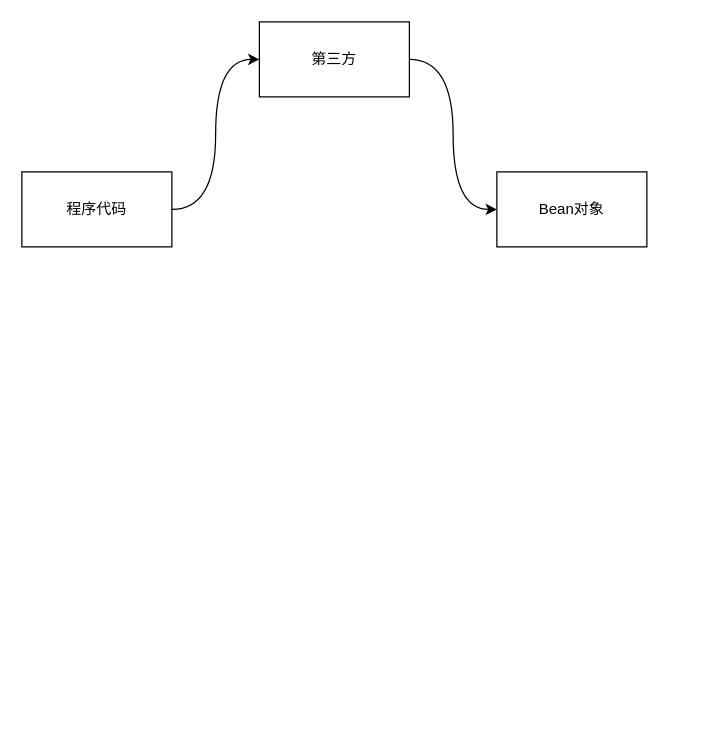
Earlier version of the draw.io diagram Spring学习笔记.drawio (qw-null/drawio). Source tidied: cells renumbered, new cells numbered last; positions are measured from the earlier drawing's top-left corner, leaving out a move shared by most shapes. Both pictures are drawn from the tidied source at 125%, with x=0, y=0 at pixel (21, 21).
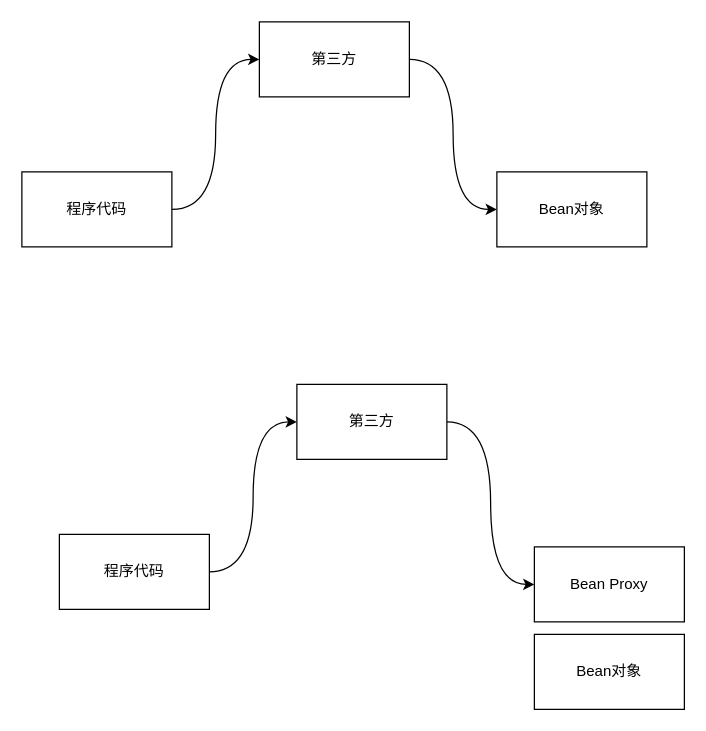
The same page after the edit.

Commit message:
更新Spring学习笔记.drawio

The edit, as a diff of the source:
```diff
@@
 <mxGraphModel>
   <root>
     <mxCell id="0" />
     <mxCell id="1" parent="0" />
     <mxCell id="2" style="edgeStyle=orthogonalEdgeStyle;rounded=0;jettySize=auto;html=1;entryX=0;entryY=0.5;entryDx=0;entryDy=0;curved=1;" parent="1" edge="1" source="3" target="5">
       <mxGeometry relative="1" as="geometry" />
     </mxCell>
     <mxCell id="3" value="程序代码" style="rounded=0;whiteSpace=wrap;html=1;" parent="1" vertex="1">
       <mxGeometry y="120" width="120" height="60" as="geometry" />
     </mxCell>
     <mxCell id="4" style="edgeStyle=orthogonalEdgeStyle;rounded=0;jettySize=auto;html=1;curved=1;entryX=0;entryY=0.5;entryDx=0;entryDy=0;" parent="1" edge="1" source="5" target="6">
       <mxGeometry relative="1" as="geometry" />
     </mxCell>
     <mxCell id="5" value="第三方" style="rounded=0;whiteSpace=wrap;html=1;" parent="1" vertex="1">
       <mxGeometry x="190" width="120" height="60" as="geometry" />
     </mxCell>
     <mxCell id="6" value="Bean对象" style="rounded=0;whiteSpace=wrap;html=1;" parent="1" vertex="1">
       <mxGeometry x="380" y="120" width="120" height="60" as="geometry" />
     </mxCell>
+    <mxCell id="7" style="edgeStyle=orthogonalEdgeStyle;rounded=0;jettySize=auto;html=1;entryX=0;entryY=0.5;entryDx=0;entryDy=0;curved=1;" parent="1" edge="1" source="8" target="10">
+      <mxGeometry relative="1" as="geometry" />
+    </mxCell>
+    <mxCell id="8" value="程序代码" style="rounded=0;whiteSpace=wrap;html=1;" parent="1" vertex="1">
+      <mxGeometry x="30" y="410" width="120" height="60" as="geometry" />
+    </mxCell>
+    <mxCell id="9" style="edgeStyle=orthogonalEdgeStyle;rounded=0;jettySize=auto;html=1;curved=1;entryX=0;entryY=0.5;entryDx=0;entryDy=0;" parent="1" edge="1" source="10" target="11">
+      <mxGeometry relative="1" as="geometry" />
+    </mxCell>
+    <mxCell id="10" value="第三方" style="rounded=0;whiteSpace=wrap;html=1;" parent="1" vertex="1">
+      <mxGeometry x="220" y="290" width="120" height="60" as="geometry" />
+    </mxCell>
+    <mxCell id="11" value="Bean Proxy" style="rounded=0;whiteSpace=wrap;html=1;" parent="1" vertex="1">
+      <mxGeometry x="410" y="420" width="120" height="60" as="geometry" />
+    </mxCell>
+    <mxCell id="12" value="Bean对象" style="rounded=0;whiteSpace=wrap;html=1;" parent="1" vertex="1">
+      <mxGeometry x="410" y="490" width="120" height="60" as="geometry" />
+    </mxCell>
   </root>
 </mxGraphModel>
```
